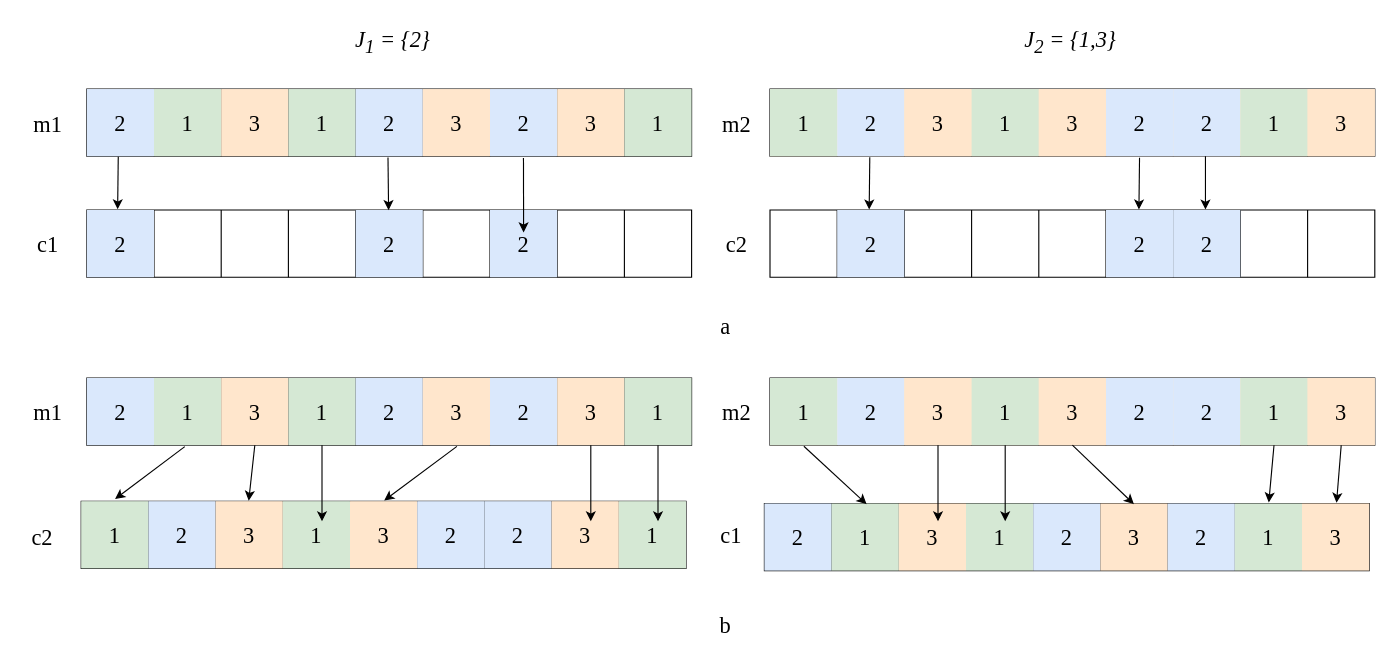
aslongaslihappy/algorithm keeps this draw.io diagram as pox.drawio. Above is the earlier version. Source tidied: cells renumbered, new cells numbered last; positions are measured from the earlier drawing's top-left corner, leaving out a move shared by most shapes. Both pictures are drawn from the tidied source at 112%, with x=0, y=0 at pixel (19, 19).
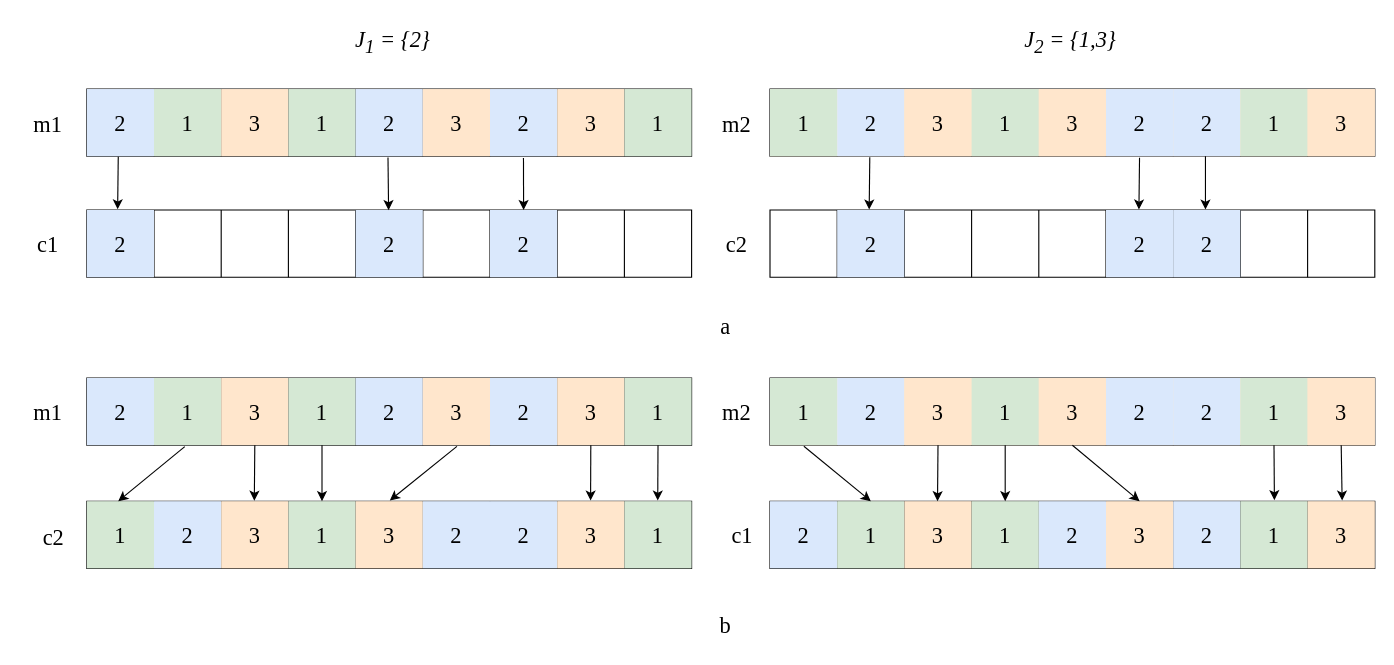
The same diagram, later.

Unchanged cells that the change refers to:
```xml
<mxCell id="5" style="shape=tableRow;horizontal=0;startSize=0;swimlaneHead=0;swimlaneBody=0;strokeColor=inherit;top=0;left=0;bottom=0;right=0;fillColor=none;points=[[0,0.5],[1,0.5]];portConstraint=eastwest;fontSize=20;fontFamily=Times New Roman;" parent="4" vertex="1">
  <mxGeometry width="540" height="60" as="geometry" />
</mxCell>
<mxCell id="49" style="shape=tableRow;horizontal=0;startSize=0;swimlaneHead=0;swimlaneBody=0;strokeColor=inherit;top=0;left=0;bottom=0;right=0;fillColor=none;points=[[0,0.5],[1,0.5]];portConstraint=eastwest;fontSize=20;fontFamily=Times New Roman;" parent="48" vertex="1">
  <mxGeometry width="540" height="60" as="geometry" />
</mxCell>
<mxCell id="60" style="shape=tableRow;horizontal=0;startSize=0;swimlaneHead=0;swimlaneBody=0;strokeColor=inherit;top=0;left=0;bottom=0;right=0;fillColor=none;points=[[0,0.5],[1,0.5]];portConstraint=eastwest;fontSize=20;fontFamily=Times New Roman;" parent="59" vertex="1">
  <mxGeometry width="540" height="60" as="geometry" />
</mxCell>
<mxCell id="71" style="shape=tableRow;horizontal=0;startSize=0;swimlaneHead=0;swimlaneBody=0;strokeColor=inherit;top=0;left=0;bottom=0;right=0;fillColor=none;points=[[0,0.5],[1,0.5]];portConstraint=eastwest;fontSize=20;fontFamily=Times New Roman;" parent="70" vertex="1">
  <mxGeometry width="540" height="60" as="geometry" />
</mxCell>
<mxCell id="82" style="shape=tableRow;horizontal=0;startSize=0;swimlaneHead=0;swimlaneBody=0;strokeColor=#d79b00;top=0;left=0;bottom=0;right=0;fillColor=#ffe6cc;points=[[0,0.5],[1,0.5]];portConstraint=eastwest;fontSize=20;fontFamily=Times New Roman;" parent="81" vertex="1">
  <mxGeometry width="540" height="60" as="geometry" />
</mxCell>
```

Diff of the diagram source:
```diff
@@
     <mxCell id="59" style="shape=table;startSize=0;childLayout=tableLayout;fontSize=20;fontFamily=Times New Roman;" parent="1" vertex="1">
-      <mxGeometry x="665" y="432" width="540" height="60" as="geometry" />
+      <mxGeometry x="670" y="430" width="540" height="60" as="geometry" />
     </mxCell>
@@
     <mxCell id="70" style="shape=table;startSize=0;childLayout=tableLayout;fontSize=20;fontFamily=Times New Roman;" parent="1" vertex="1">
-      <mxGeometry x="55" y="430" width="540" height="60" as="geometry" />
+      <mxGeometry x="60" y="430" width="540" height="60" as="geometry" />
     </mxCell>
@@
     <mxCell id="96" value="c2" style="text;html=1;align=center;verticalAlign=middle;strokeColor=none;fillColor=none;fontSize=20;fontFamily=Times New Roman;" parent="1" vertex="1">
-      <mxGeometry y="442" width="40" height="40" as="geometry" />
+      <mxGeometry x="10" y="442" width="40" height="40" as="geometry" />
     </mxCell>
     <mxCell id="97" value="c1" style="text;html=1;align=center;verticalAlign=middle;strokeColor=none;fillColor=none;fontSize=20;fontFamily=Times New Roman;" parent="1" vertex="1">
-      <mxGeometry x="615" y="440" width="40" height="40" as="geometry" />
+      <mxGeometry x="625" y="440" width="40" height="40" as="geometry" />
     </mxCell>
@@
     <mxCell id="102" style="endArrow=classic;html=1;rounded=0;exitX=0.722;exitY=1.028;exitDx=0;exitDy=0;exitPerimeter=0;" parent="1" edge="1" source="5">
       <mxGeometry relative="1" as="geometry">
-        <mxPoint x="450" y="190" as="targetPoint" />
+        <mxPoint x="450" y="170" as="targetPoint" />
       </mxGeometry>
     </mxCell>
@@
-    <mxCell id="106" style="endArrow=classic;html=1;rounded=0;exitX=0.162;exitY=1.021;exitDx=0;exitDy=0;exitPerimeter=0;entryX=0.056;entryY=-0.032;entryDx=0;entryDy=0;entryPerimeter=0;" parent="1" edge="1" source="49" target="71">
+    <mxCell id="106" style="endArrow=classic;html=1;rounded=0;exitX=0.162;exitY=1.021;exitDx=0;exitDy=0;exitPerimeter=0;entryX=0.052;entryY=0;entryDx=0;entryDy=0;entryPerimeter=0;" parent="1" edge="1" source="49" target="71">
       <mxGeometry relative="1" as="geometry" />
     </mxCell>
@@
-    <mxCell id="108" style="endArrow=classic;html=1;rounded=0;entryX=0.277;entryY=-0.007;entryDx=0;entryDy=0;entryPerimeter=0;" parent="1" edge="1">
+    <mxCell id="108" style="endArrow=classic;html=1;rounded=0;" parent="1" edge="1">
       <mxGeometry relative="1" as="geometry">
         <mxPoint x="270" y="380" as="sourcePoint" />
-        <mxPoint x="270" y="448" as="targetPoint" />
+        <mxPoint x="270" y="430" as="targetPoint" />
       </mxGeometry>
     </mxCell>
@@
-    <mxCell id="110" style="endArrow=classic;html=1;rounded=0;entryX=0.277;entryY=-0.007;entryDx=0;entryDy=0;entryPerimeter=0;" parent="1" edge="1">
+    <mxCell id="110" style="endArrow=classic;html=1;rounded=0;entryX=0.944;entryY=-0.009;entryDx=0;entryDy=0;entryPerimeter=0;" parent="1" edge="1" target="71">
       <mxGeometry relative="1" as="geometry">
         <mxPoint x="570" y="380" as="sourcePoint" />
-        <mxPoint x="570" y="448" as="targetPoint" />
       </mxGeometry>
     </mxCell>
-    <mxCell id="111" style="endArrow=classic;html=1;rounded=0;entryX=0.277;entryY=-0.007;entryDx=0;entryDy=0;entryPerimeter=0;" parent="1" edge="1">
+    <mxCell id="111" style="endArrow=classic;html=1;rounded=0;entryX=0.833;entryY=-0.009;entryDx=0;entryDy=0;entryPerimeter=0;" parent="1" edge="1" target="71">
       <mxGeometry relative="1" as="geometry">
         <mxPoint x="510" y="380" as="sourcePoint" />
-        <mxPoint x="510" y="448" as="targetPoint" />
       </mxGeometry>
     </mxCell>
-    <mxCell id="112" style="endArrow=classic;html=1;rounded=0;entryX=0.169;entryY=0.011;entryDx=0;entryDy=0;entryPerimeter=0;exitX=0.056;exitY=1.016;exitDx=0;exitDy=0;exitPerimeter=0;" parent="1" edge="1" source="82" target="60">
-      <mxGeometry relative="1" as="geometry" />
+    <mxCell id="112" style="endArrow=classic;html=1;rounded=0;exitX=0.056;exitY=1.016;exitDx=0;exitDy=0;exitPerimeter=0;" parent="1" edge="1" source="82">
+      <mxGeometry relative="1" as="geometry">
+        <mxPoint x="760" y="430" as="targetPoint" />
+      </mxGeometry>
     </mxCell>
-    <mxCell id="113" style="endArrow=classic;html=1;rounded=0;entryX=0.277;entryY=-0.007;entryDx=0;entryDy=0;entryPerimeter=0;" parent="1" edge="1">
+    <mxCell id="113" style="endArrow=classic;html=1;rounded=0;entryX=0.277;entryY=0;entryDx=0;entryDy=0;entryPerimeter=0;" parent="1" edge="1" target="60">
       <mxGeometry relative="1" as="geometry">
         <mxPoint x="820" y="380" as="sourcePoint" />
-        <mxPoint x="820" y="448" as="targetPoint" />
       </mxGeometry>
     </mxCell>
-    <mxCell id="114" style="endArrow=classic;html=1;rounded=0;entryX=0.277;entryY=-0.007;entryDx=0;entryDy=0;entryPerimeter=0;" parent="1" edge="1">
+    <mxCell id="114" style="endArrow=classic;html=1;rounded=0;" parent="1" edge="1">
       <mxGeometry relative="1" as="geometry">
         <mxPoint x="880" y="380" as="sourcePoint" />
-        <mxPoint x="880" y="448" as="targetPoint" />
+        <mxPoint x="880" y="430" as="targetPoint" />
       </mxGeometry>
     </mxCell>
-    <mxCell id="115" style="endArrow=classic;html=1;rounded=0;entryX=0.611;entryY=0.011;entryDx=0;entryDy=0;entryPerimeter=0;exitX=0.056;exitY=1.016;exitDx=0;exitDy=0;exitPerimeter=0;" parent="1" edge="1" target="60">
+    <mxCell id="115" style="endArrow=classic;html=1;rounded=0;exitX=0.056;exitY=1.016;exitDx=0;exitDy=0;exitPerimeter=0;" parent="1" edge="1">
       <mxGeometry relative="1" as="geometry">
         <mxPoint x="940" y="380" as="sourcePoint" />
+        <mxPoint x="1000" y="430" as="targetPoint" />
       </mxGeometry>
     </mxCell>
```
